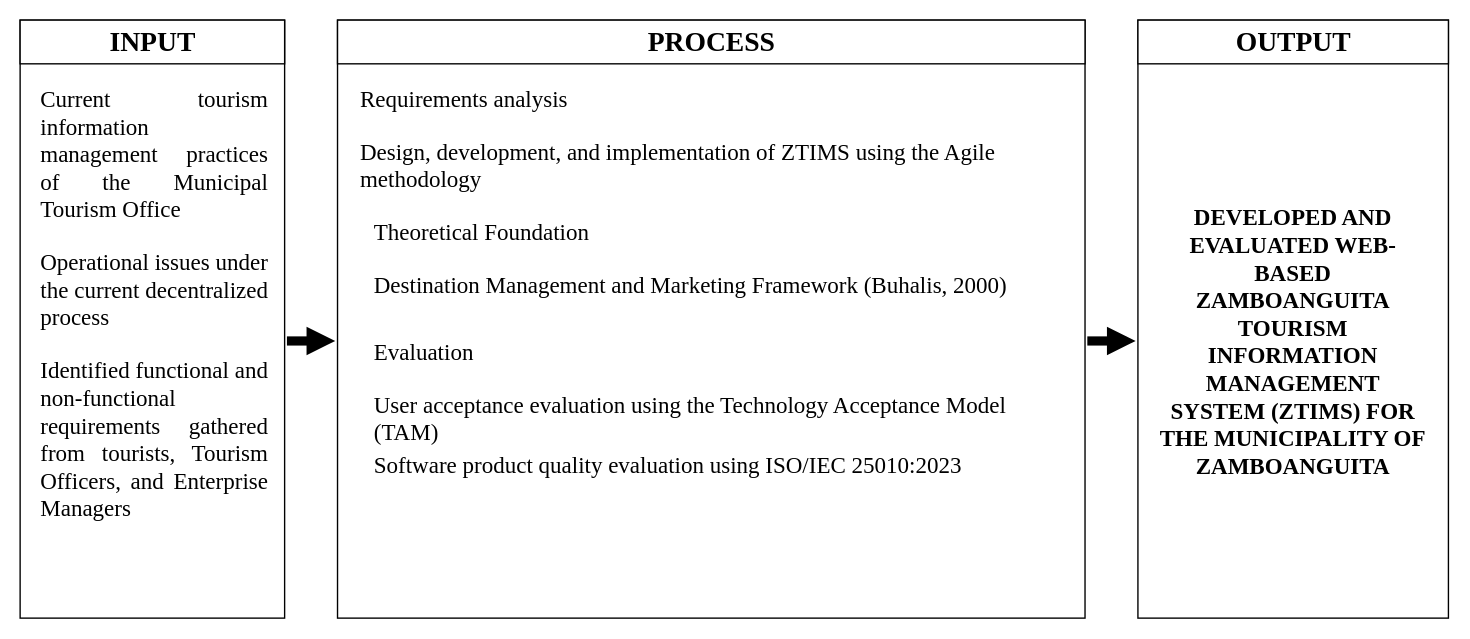
Before: docs/diagrams/ztims-conceptual-framework.drawio in jefee0101/ZTIMS, a draw.io diagram. Source tidied: cells renumbered, new cells numbered last; positions are measured from the earlier drawing's top-left corner, leaving out a move shared by most shapes. Both pictures are drawn from the tidied source at 115%, with x=0, y=0 at pixel (20, 20).
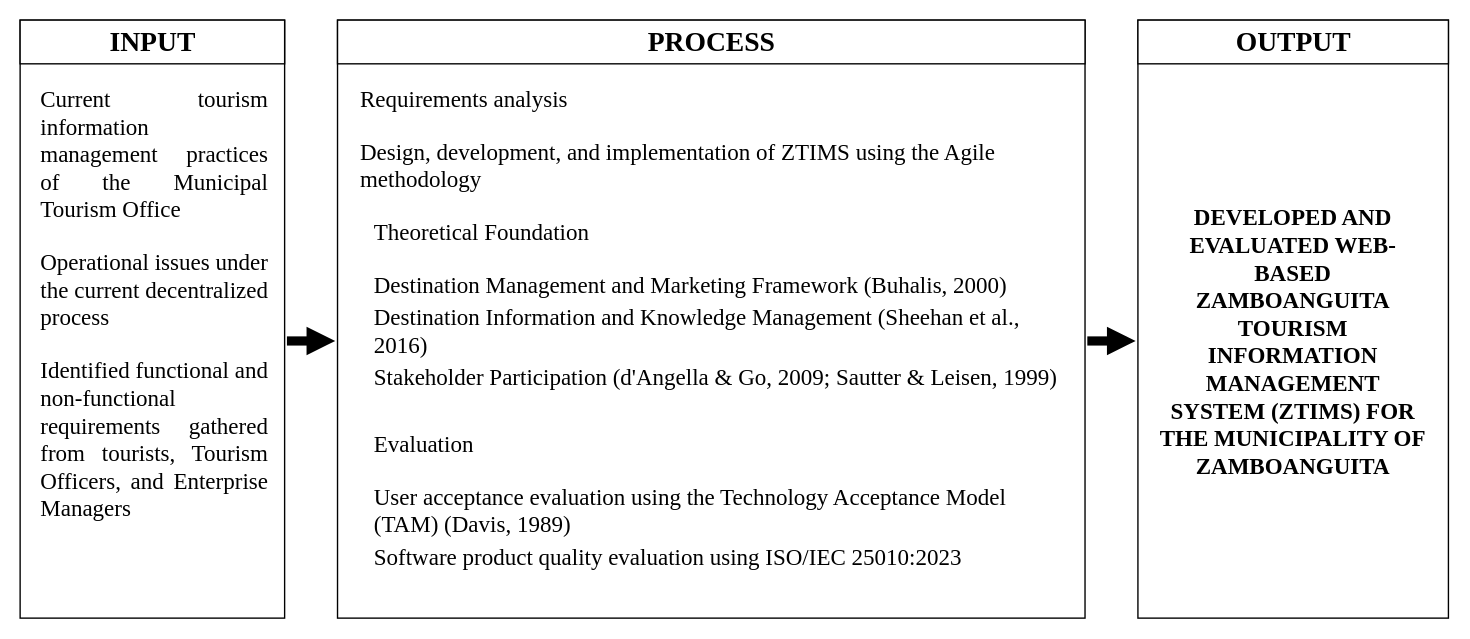
The same page after the edit.

Commit message (it also covers changes not shown here):
Conceptual framework: all three theories from the theoretical framework, TAM cited

Claude-Session: https://claude.ai/code/session_01KDNTRHj1XQUXovvpA1ypSB

What changed in the source:
```diff
@@
 <mxGraphModel>
   <root>
     <mxCell id="0" />
     <mxCell id="1" parent="0" />
     <mxCell id="2" style="rounded=0;html=1;fillColor=#ffffff;strokeColor=#000000;strokeWidth=1.2;" parent="1" vertex="1">
       <mxGeometry width="230" height="520" as="geometry" />
     </mxCell>
     <mxCell id="3" value="INPUT" style="rounded=0;html=1;fillColor=#ffffff;strokeColor=#000000;strokeWidth=1.2;fontStyle=1;fontSize=24;verticalAlign=middle;align=center;fontFamily=Times New Roman;fontColor=#000000;" parent="1" vertex="1">
       <mxGeometry width="230" height="38" as="geometry" />
     </mxCell>
     <mxCell id="4" style="rounded=0;html=1;fillColor=#ffffff;strokeColor=#000000;strokeWidth=1.2;" parent="1" vertex="1">
       <mxGeometry x="276" width="650" height="520" as="geometry" />
     </mxCell>
     <mxCell id="5" value="PROCESS" style="rounded=0;html=1;fillColor=#ffffff;strokeColor=#000000;strokeWidth=1.2;fontStyle=1;fontSize=24;verticalAlign=middle;align=center;fontFamily=Times New Roman;fontColor=#000000;" parent="1" vertex="1">
       <mxGeometry x="276" width="650" height="38" as="geometry" />
     </mxCell>
     <mxCell id="6" style="rounded=0;html=1;fillColor=#ffffff;strokeColor=#000000;strokeWidth=1.2;" parent="1" vertex="1">
       <mxGeometry x="972" width="270" height="520" as="geometry" />
     </mxCell>
     <mxCell id="7" value="OUTPUT" style="rounded=0;html=1;fillColor=#ffffff;strokeColor=#000000;strokeWidth=1.2;fontStyle=1;fontSize=24;verticalAlign=middle;align=center;fontFamily=Times New Roman;fontColor=#000000;" parent="1" vertex="1">
       <mxGeometry x="972" width="270" height="38" as="geometry" />
     </mxCell>
     <mxCell id="8" value="&lt;div style=&quot;text-align:justify;margin-bottom:22px&quot;&gt;Current tourism information management practices of the Municipal Tourism Office&lt;/div&gt;&lt;div style=&quot;text-align:justify;margin-bottom:22px&quot;&gt;Operational issues under the current decentralized process&lt;/div&gt;&lt;div style=&quot;text-align:justify;margin-bottom:22px&quot;&gt;Identified functional and non-functional requirements gathered from tourists, Tourism Officers, and Enterprise Managers&lt;/div&gt;" style="text;html=1;fillColor=none;strokeColor=none;whiteSpace=wrap;verticalAlign=top;spacing=0;fontSize=20;fontFamily=Times New Roman;fontColor=#000000;align=left;" parent="1" vertex="1">
       <mxGeometry x="18" y="52" width="196" height="454" as="geometry" />
     </mxCell>
-    <mxCell id="9" value="&lt;div style=&quot;margin-bottom:22px&quot;&gt;Requirements analysis&lt;/div&gt;&lt;div style=&quot;margin-bottom:22px&quot;&gt;Design, development, and implementation of ZTIMS using the Agile methodology&lt;/div&gt;&lt;div style=&quot;margin-left:12px;margin-bottom:22px;margin-top:10px&quot;&gt;Theoretical Foundation&lt;/div&gt;&lt;div style=&quot;margin-left:12px;margin-bottom:4px&quot;&gt;Destination Management and Marketing Framework (Buhalis, 2000)&lt;/div&gt;&lt;div style=&quot;margin-left:12px;margin-bottom:22px;margin-top:34px&quot;&gt;Evaluation&lt;/div&gt;&lt;div style=&quot;margin-left:12px;margin-bottom:4px&quot;&gt;User acceptance evaluation using the Technology Acceptance Model (TAM)&lt;/div&gt;&lt;div style=&quot;margin-left:12px;margin-bottom:4px&quot;&gt;Software product quality evaluation using ISO/IEC 25010:2023&lt;/div&gt;" style="text;html=1;fillColor=none;strokeColor=none;whiteSpace=wrap;verticalAlign=top;spacing=0;fontSize=20;fontFamily=Times New Roman;fontColor=#000000;align=left;" parent="1" vertex="1">
+    <mxCell id="9" value="&lt;div style=&quot;margin-bottom:22px&quot;&gt;Requirements analysis&lt;/div&gt;&lt;div style=&quot;margin-bottom:22px&quot;&gt;Design, development, and implementation of ZTIMS using the Agile methodology&lt;/div&gt;&lt;div style=&quot;margin-left:12px;margin-bottom:22px;margin-top:10px&quot;&gt;Theoretical Foundation&lt;/div&gt;&lt;div style=&quot;margin-left:12px;margin-bottom:4px&quot;&gt;Destination Management and Marketing Framework (Buhalis, 2000)&lt;/div&gt;&lt;div style=&quot;margin-left:12px;margin-bottom:4px&quot;&gt;Destination Information and Knowledge Management (Sheehan et al., 2016)&lt;/div&gt;&lt;div style=&quot;margin-left:12px;margin-bottom:4px&quot;&gt;Stakeholder Participation (d'Angella &amp;amp; Go, 2009; Sautter &amp;amp; Leisen, 1999)&lt;/div&gt;&lt;div style=&quot;margin-left:12px;margin-bottom:22px;margin-top:34px&quot;&gt;Evaluation&lt;/div&gt;&lt;div style=&quot;margin-left:12px;margin-bottom:4px&quot;&gt;User acceptance evaluation using the Technology Acceptance Model (TAM) (Davis, 1989)&lt;/div&gt;&lt;div style=&quot;margin-left:12px;margin-bottom:4px&quot;&gt;Software product quality evaluation using ISO/IEC 25010:2023&lt;/div&gt;" style="text;html=1;fillColor=none;strokeColor=none;whiteSpace=wrap;verticalAlign=top;spacing=0;fontSize=20;fontFamily=Times New Roman;fontColor=#000000;align=left;" parent="1" vertex="1">
       <mxGeometry x="296" y="52" width="620" height="454" as="geometry" />
     </mxCell>
     <mxCell id="10" value="DEVELOPED AND EVALUATED WEB-BASED ZAMBOANGUITA TOURISM INFORMATION MANAGEMENT SYSTEM (ZTIMS) FOR THE MUNICIPALITY OF ZAMBOANGUITA" style="text;html=1;fillColor=none;strokeColor=none;whiteSpace=wrap;align=center;verticalAlign=middle;spacing=0;fontSize=20;fontStyle=1;fontFamily=Times New Roman;fontColor=#000000;" parent="1" vertex="1">
       <mxGeometry x="990" y="58" width="234" height="442" as="geometry" />
     </mxCell>
     <mxCell id="11" style="endArrow=block;endFill=1;endSize=4;html=1;strokeColor=#000000;strokeWidth=8;rounded=0;" parent="1" edge="1">
       <mxGeometry relative="1" as="geometry">
         <mxPoint x="232" y="279" as="sourcePoint" />
         <mxPoint x="274" y="279" as="targetPoint" />
       </mxGeometry>
     </mxCell>
     <mxCell id="12" style="endArrow=block;endFill=1;endSize=4;html=1;strokeColor=#000000;strokeWidth=8;rounded=0;" parent="1" edge="1">
       <mxGeometry relative="1" as="geometry">
         <mxPoint x="928" y="279" as="sourcePoint" />
         <mxPoint x="970" y="279" as="targetPoint" />
       </mxGeometry>
     </mxCell>
   </root>
 </mxGraphModel>
```
